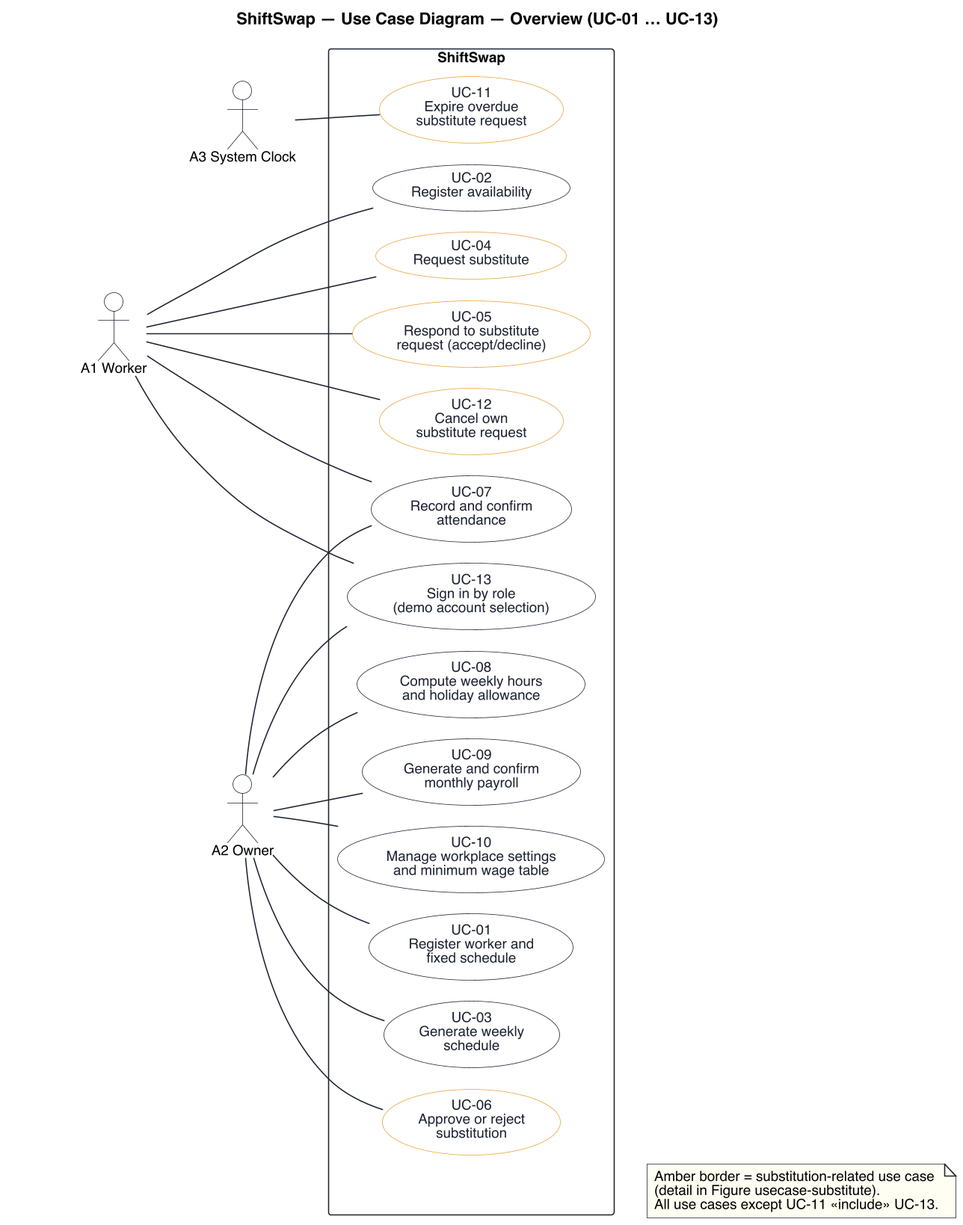
Above: uml/usecase.png in keemlogan/shiftswap (PlantUML), before the change.
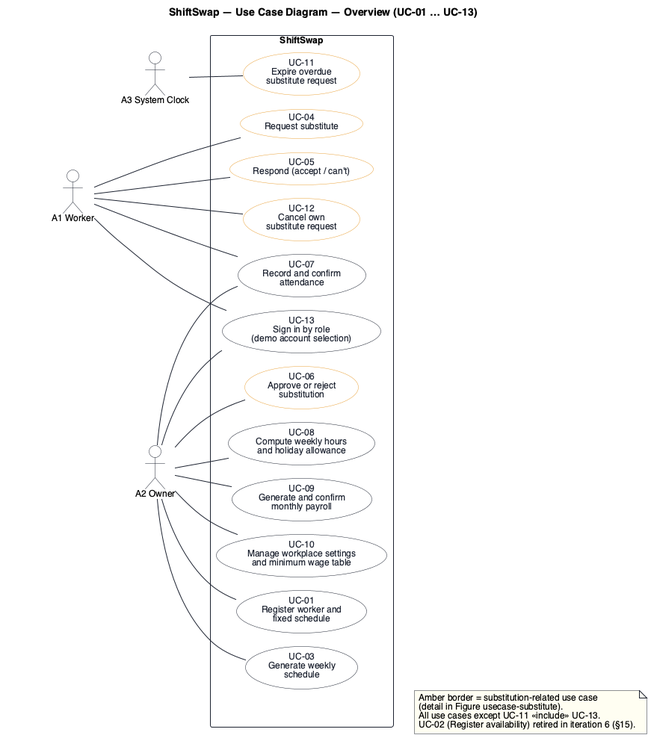
Above is the later version.

What changed in the source:
```diff
@@ -1,5 +1,4 @@
 @startuml usecase
-skinparamlocked dpi 150
 !pragma layout smetana
 skinparam defaultFontName "Helvetica"
 skinparam defaultFontSize 12
@@ -43,9 +42,8 @@
 A1 -[hidden]-> A3
 
 rectangle "ShiftSwap" as Boundary {
-  usecase "UC-02\nRegister availability" as UC02
   usecase "UC-04\nRequest substitute" as UC04 <<amber>>
-  usecase "UC-05\nRespond to substitute\nrequest (accept/decline)" as UC05 <<amber>>
+  usecase "UC-05\nRespond (accept / can't)" as UC05 <<amber>>
   usecase "UC-12\nCancel own\nsubstitute request" as UC12 <<amber>>
 
   usecase "UC-07\nRecord and confirm\nattendance" as UC07
@@ -64,7 +62,6 @@
 actor "A2 Owner" as A2
 UC10 -[hidden]-> A2
 
-A1 -- UC02
 A1 -- UC04
 A1 -- UC05
 A1 -- UC12
@@ -86,6 +83,7 @@
   Amber border = substitution-related use case
   (detail in Figure usecase-substitute).
   All use cases except UC-11 «include» UC-13.
+  UC-02 (Register availability) retired in iteration 6 (§15).
 end note
 
 Boundary -[hidden]d-> N1
```
